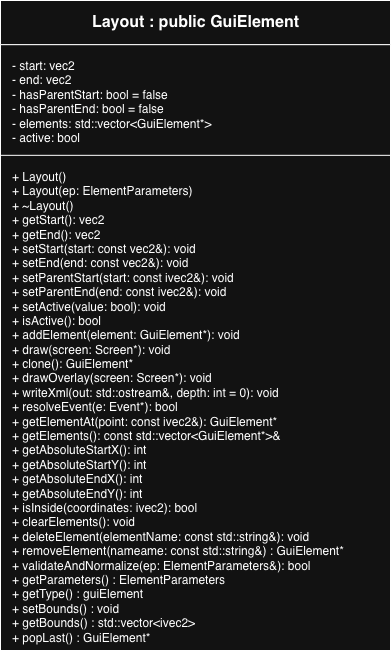
cgreen2048/ArtHuddle keeps this draw.io diagram as images/Layout_UML.png. Above is the earlier version. Source tidied: cells renumbered, new cells last; positions are measured from the earlier drawing's top-left corner, leaving out a move shared by most shapes.
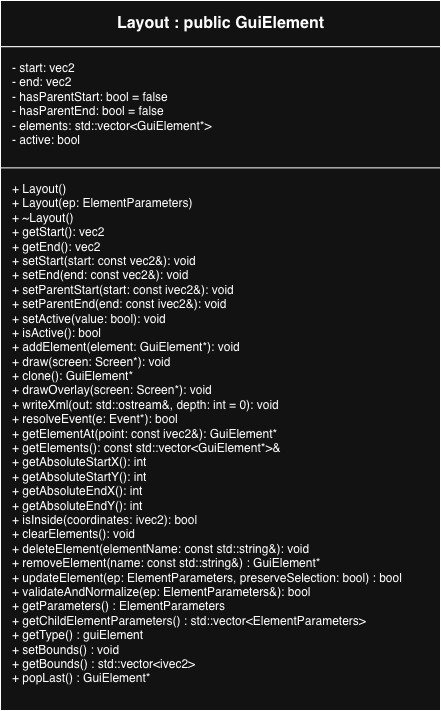
Above is the later version.

Commit message:
Updating Previous UMLs

What changed in the source:
```diff
@@ -3,16 +3,16 @@
     <mxCell id="0" />
     <mxCell id="1" parent="0" />
     <mxCell id="2" style="shape=rectangle;whiteSpace=wrap;html=1;" parent="1" vertex="1">
-      <mxGeometry width="390" height="650" as="geometry" />
+      <mxGeometry width="440" height="710" as="geometry" />
     </mxCell>
     <mxCell id="3" value="&lt;b&gt;Layout : public GuiElement&lt;/b&gt;" style="shape=rectangle;html=1;align=center;verticalAlign=middle;fontStyle=1;fontSize=16;" parent="2" vertex="1">
-      <mxGeometry width="390" height="44.2" as="geometry" />
+      <mxGeometry width="440" height="46.2" as="geometry" />
     </mxCell>
     <mxCell id="4" value=" - start: vec2&lt;br&gt; - end: vec2&lt;br&gt; - hasParentStart: bool = false&lt;br&gt; - hasParentEnd: bool = false&lt;br&gt; - elements: std::vector&amp;lt;GuiElement*&amp;gt;&lt;br&gt; - active: bool         " style="shape=rectangle;html=1;align=left;verticalAlign=top;spacingLeft=10;spacingTop=8;" parent="2" vertex="1">
-      <mxGeometry y="44.2" width="390" height="132.5" as="geometry" />
+      <mxGeometry y="46.2" width="440" height="138.7" as="geometry" />
     </mxCell>
-    <mxCell id="5" value=" + Layout()&lt;br&gt; + Layout(ep: ElementParameters)&lt;br&gt; + ~Layout()&lt;br&gt; + getStart(): vec2&lt;br&gt; + getEnd(): vec2&lt;br&gt; + setStart(start: const vec2&amp;amp;): void&lt;br&gt; + setEnd(end: const vec2&amp;amp;): void&lt;br&gt; + setParentStart(start: const ivec2&amp;amp;): void&lt;br&gt; + setParentEnd(end: const ivec2&amp;amp;): void&lt;br&gt; + setActive(value: bool): void&lt;br&gt; + isActive(): bool&lt;br&gt; + addElement(element: GuiElement*): void&lt;br&gt; + draw(screen: Screen*): void&lt;br&gt; + clone(): GuiElement*&lt;br&gt; + drawOverlay(screen: Screen*): void&lt;br&gt; + writeXml(out: std::ostream&amp;amp;, depth: int = 0): void&lt;br&gt; + resolveEvent(e: Event*): bool&lt;div&gt;+ getElementAt(point: const ivec2&amp;amp;): GuiElement*&lt;br&gt; + getElements(): const std::vector&amp;lt;GuiElement*&amp;gt;&amp;amp;&lt;br&gt; + getAbsoluteStartX(): int&lt;br&gt; + getAbsoluteStartY(): int&lt;br&gt; + getAbsoluteEndX(): int&lt;br&gt; + getAbsoluteEndY(): int&lt;br&gt; + isInside(coordinates: ivec2): bool&lt;br&gt; + clearElements(): void&lt;br&gt; + deleteElement(elementName: const std::string&amp;amp;): void&lt;/div&gt;&lt;div&gt;+ removeElement(nameame: const std::string&amp;amp;&lt;span style=&quot;background-color: transparent; color: light-dark(rgb(0, 0, 0), rgb(255, 255, 255));&quot;&gt;) : GuiElement*&lt;/span&gt;&lt;/div&gt;&lt;div&gt; + validateAndNormalize(ep: ElementParameters&amp;amp;): bool&lt;div&gt;+ getParameters() : ElementParameters&lt;/div&gt;&lt;div&gt;+ getType() : guiElement&lt;/div&gt;&lt;div&gt;&lt;div&gt;+ setBounds() : void&lt;/div&gt;&lt;div&gt;+ getBounds() : std::vector&amp;lt;ivec2&amp;gt;&lt;/div&gt;&lt;/div&gt;&lt;/div&gt;&lt;div&gt;+ popLast() :&amp;nbsp;&lt;span style=&quot;background-color: transparent; color: light-dark(rgb(0, 0, 0), rgb(255, 255, 255));&quot;&gt;GuiElement*&lt;/span&gt;&lt;/div&gt;" style="shape=rectangle;html=1;align=left;verticalAlign=top;spacingLeft=10;spacingTop=8;" parent="2" vertex="1">
-      <mxGeometry y="154.8" width="390" height="495.2" as="geometry" />
+    <mxCell id="5" value=" + Layout()&lt;br&gt; + Layout(ep: ElementParameters)&lt;br&gt; + ~Layout()&lt;br&gt; + getStart(): vec2&lt;br&gt; + getEnd(): vec2&lt;br&gt; + setStart(start: const vec2&amp;amp;): void&lt;br&gt; + setEnd(end: const vec2&amp;amp;): void&lt;br&gt; + setParentStart(start: const ivec2&amp;amp;): void&lt;br&gt; + setParentEnd(end: const ivec2&amp;amp;): void&lt;br&gt; + setActive(value: bool): void&lt;br&gt; + isActive(): bool&lt;br&gt; + addElement(element: GuiElement*): void&lt;br&gt; + draw(screen: Screen*): void&lt;br&gt; + clone(): GuiElement*&lt;br&gt; + drawOverlay(screen: Screen*): void&lt;br&gt; + writeXml(out: std::ostream&amp;amp;, depth: int = 0): void&lt;br&gt; + resolveEvent(e: Event*): bool&lt;div&gt;+ getElementAt(point: const ivec2&amp;amp;): GuiElement*&lt;br&gt; + getElements(): const std::vector&amp;lt;GuiElement*&amp;gt;&amp;amp;&lt;br&gt; + getAbsoluteStartX(): int&lt;br&gt; + getAbsoluteStartY(): int&lt;br&gt; + getAbsoluteEndX(): int&lt;br&gt; + getAbsoluteEndY(): int&lt;br&gt; + isInside(coordinates: ivec2): bool&lt;br&gt; + clearElements(): void&lt;br&gt; + deleteElement(elementName: const std::string&amp;amp;): void&lt;/div&gt;&lt;div&gt;+ removeElement(name: const std::string&amp;amp;&lt;span style=&quot;background-color: transparent; color: light-dark(rgb(0, 0, 0), rgb(255, 255, 255));&quot;&gt;) : GuiElement*&lt;/span&gt;&lt;/div&gt;&lt;div&gt;&lt;span style=&quot;background-color: transparent; color: light-dark(rgb(0, 0, 0), rgb(255, 255, 255));&quot;&gt;+ updateElement(ep: ElementParameters, preserveSelection: bool) : bool&lt;/span&gt;&lt;/div&gt;&lt;div&gt; + validateAndNormalize(ep: ElementParameters&amp;amp;): bool&lt;div&gt;+ getParameters() : ElementParameters&lt;/div&gt;&lt;div&gt;+ getChildElementParameters() : std::vector&amp;lt;ElementParameters&amp;gt;&lt;/div&gt;&lt;div&gt;+ getType() : guiElement&lt;/div&gt;&lt;div&gt;&lt;div&gt;+ setBounds() : void&lt;/div&gt;&lt;div&gt;+ getBounds() : std::vector&amp;lt;ivec2&amp;gt;&lt;/div&gt;&lt;/div&gt;&lt;/div&gt;&lt;div&gt;+ popLast() :&amp;nbsp;&lt;span style=&quot;background-color: transparent; color: light-dark(rgb(0, 0, 0), rgb(255, 255, 255));&quot;&gt;GuiElement*&lt;/span&gt;&lt;/div&gt;" style="shape=rectangle;html=1;align=left;verticalAlign=top;spacingLeft=10;spacingTop=8;" parent="2" vertex="1">
+      <mxGeometry y="167.4" width="440" height="542.6" as="geometry" />
     </mxCell>
   </root>
 </mxGraphModel>
```
